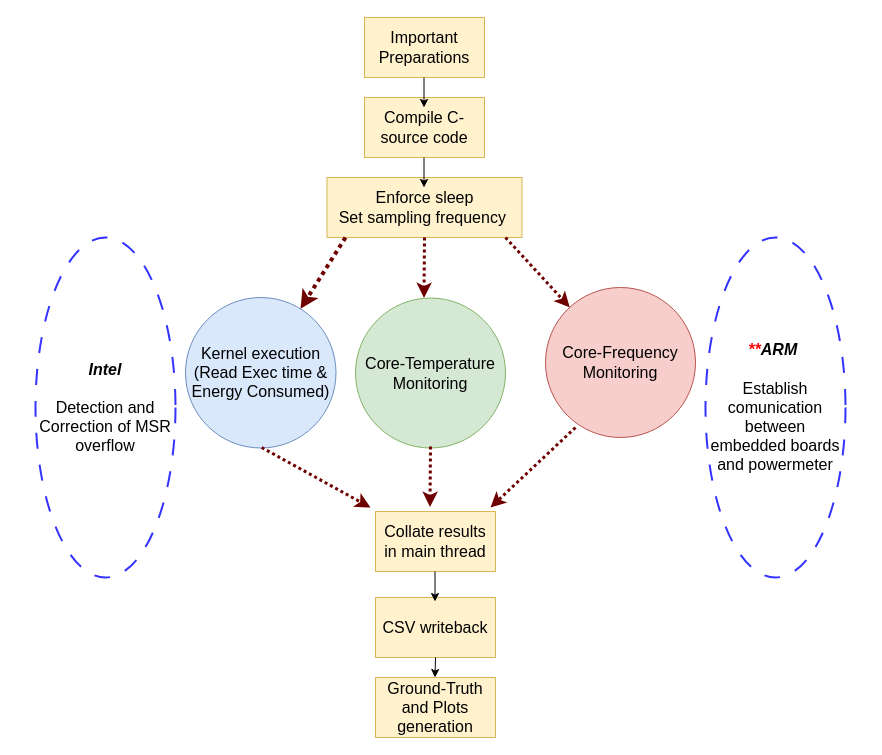
This is DVFS_experiments_framework_schema.drawio from ShikharJain97/MTP, a draw.io file, before an edit. Source tidied: cells renumbered, new cells numbered last; positions are measured from the earlier drawing's top-left corner, leaving out a move shared by most shapes. Both pictures are drawn from the tidied source at 100%, with x=0, y=0 at pixel (35, 17).
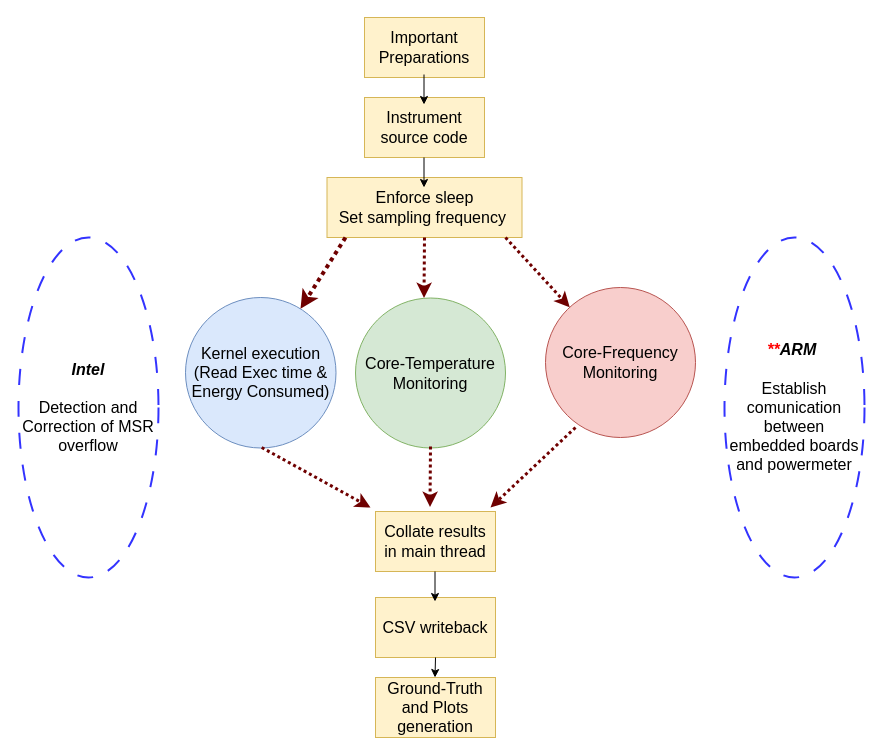
The same diagram, later.

What changed in the source:
```diff
@@
     <mxCell id="2" value="&lt;font style=&quot;font-size: 16px;&quot;&gt;&lt;b&gt;&lt;i&gt;&lt;font color=&quot;#ff0000&quot;&gt;**&lt;/font&gt;ARM&lt;/i&gt;&lt;/b&gt;&amp;nbsp;&lt;br&gt;&lt;br&gt;Establish comunication between embedded boards and powermeter&lt;/font&gt;" style="ellipse;whiteSpace=wrap;html=1;dashed=1;dashPattern=8 8;strokeColor=#3333FF;strokeWidth=2;" parent="1" vertex="1">
-      <mxGeometry x="670" y="220" width="140" height="340" as="geometry" />
+      <mxGeometry x="689" y="220" width="140" height="340" as="geometry" />
     </mxCell>
@@
-    <mxCell id="4" value="&lt;font style=&quot;font-size: 16px;&quot;&gt;Compile C-source code&lt;/font&gt;" style="rounded=0;whiteSpace=wrap;html=1;fillColor=#fff2cc;strokeColor=#d6b656;" parent="1" vertex="1">
+    <mxCell id="4" value="&lt;font style=&quot;font-size: 16px;&quot;&gt;Instrument source code&lt;/font&gt;" style="rounded=0;whiteSpace=wrap;html=1;fillColor=#fff2cc;strokeColor=#d6b656;" parent="1" vertex="1">
       <mxGeometry x="329" y="80" width="120" height="60" as="geometry" />
     </mxCell>
@@
     <mxCell id="17" value="&lt;font style=&quot;font-size: 16px;&quot;&gt;&lt;b&gt;&lt;i&gt;Intel&lt;br&gt;&lt;/i&gt;&lt;/b&gt;&lt;br&gt;Detection and Correction of MSR overflow&lt;br&gt;&lt;/font&gt;" style="ellipse;whiteSpace=wrap;html=1;dashed=1;dashPattern=8 8;strokeColor=#3333FF;strokeWidth=2;" parent="1" vertex="1">
-      <mxGeometry y="220" width="140" height="340" as="geometry" />
+      <mxGeometry x="-17" y="220" width="140" height="340" as="geometry" />
     </mxCell>
@@
     <mxCell id="19" style="endArrow=classic;html=1;rounded=0;" parent="1" edge="1">
       <mxGeometry relative="1" as="geometry">
-        <mxPoint x="388.5" y="60" as="sourcePoint" />
-        <mxPoint x="388.5" y="90" as="targetPoint" />
+        <mxPoint x="388.5" y="57" as="sourcePoint" />
+        <mxPoint x="388.5" y="87" as="targetPoint" />
       </mxGeometry>
     </mxCell>
```
